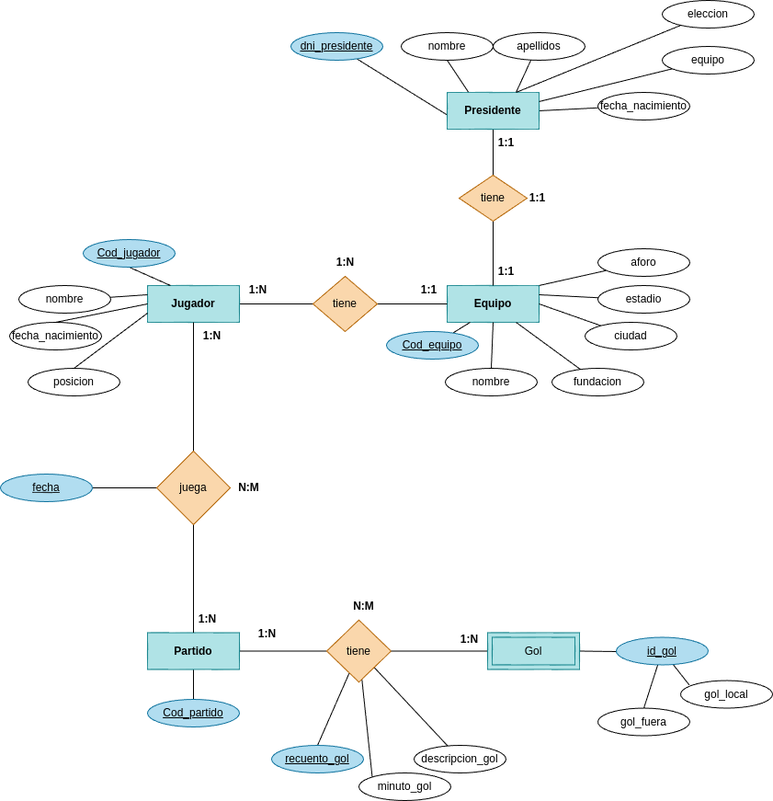
Before: tareas/tarea_5_MR_LigaFutPro/images/tarea-4-ER_LIGAPRO.drawio.png, a diagram exported from draw.io (betancorge/base-datos-2). Source tidied: cells renumbered, new cells last; positions are measured from the earlier drawing's top-left corner, leaving out a move shared by most shapes.
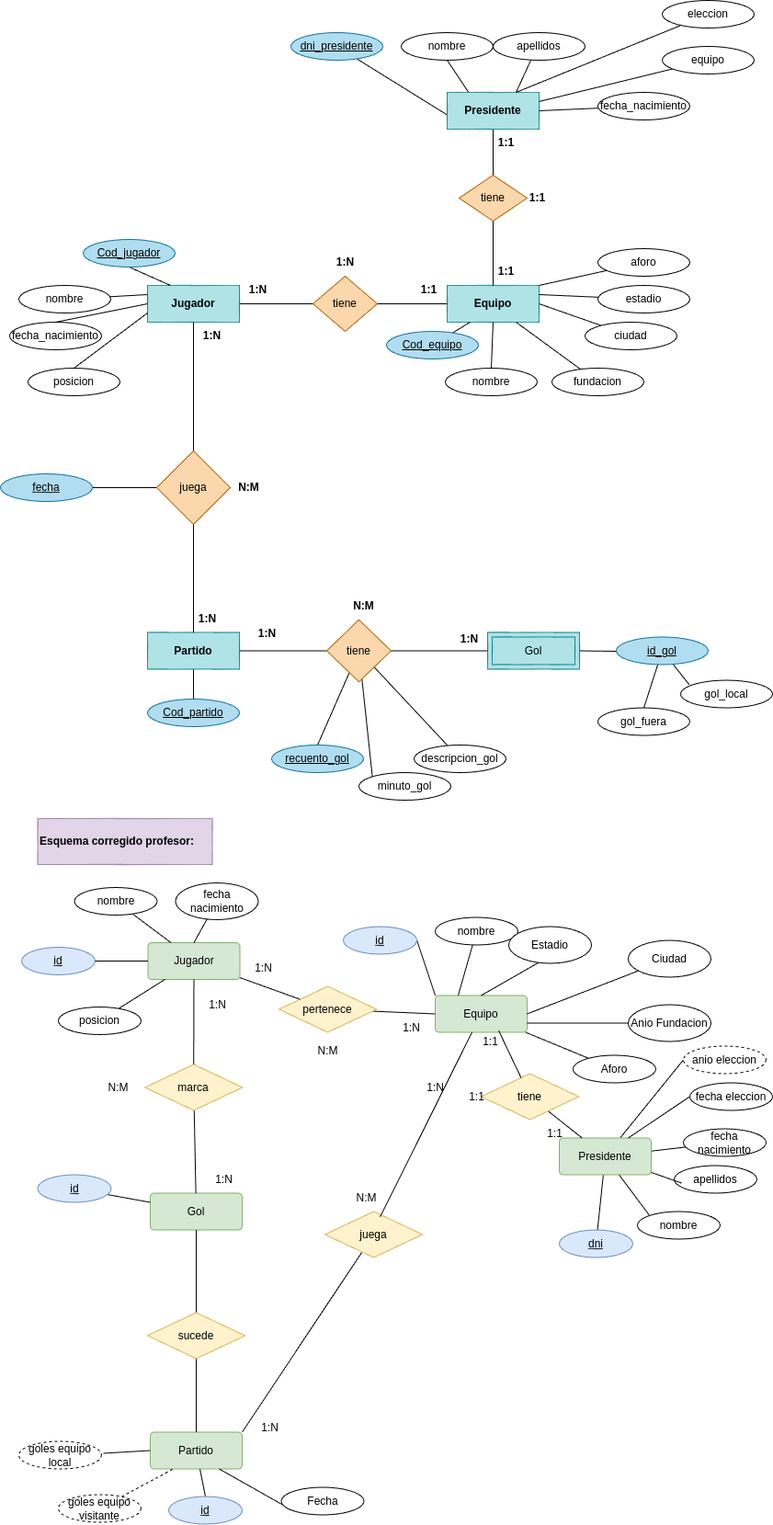
Above is the later version.

Commit message:
Añadiendo correcciones ER de LIGAPRO

Se añade el ER elaborado por el profesor

Change to the diagram source:
```diff
@@ -240,5 +240,235 @@
     <mxCell id="79" value="&lt;font color=&quot;#000000&quot;&gt;gol_fuera&lt;br&gt;&lt;/font&gt;" style="ellipse;whiteSpace=wrap;html=1;align=center;fillColor=none;strokeColor=#000000;" parent="1" vertex="1">
       <mxGeometry x="650" y="769.5" width="100" height="30" as="geometry" />
     </mxCell>
+    <mxCell id="80" value="id" style="ellipse;whiteSpace=wrap;html=1;align=center;fontStyle=4;fillColor=#dae8fc;strokeColor=#6c8ebf;" parent="1" vertex="1">
+      <mxGeometry x="23" y="1030" width="80" height="30" as="geometry" />
+    </mxCell>
+    <mxCell id="81" value="Equipo" style="rounded=1;arcSize=10;whiteSpace=wrap;html=1;align=center;fillColor=#d5e8d4;strokeColor=#82b366;" parent="1" vertex="1">
+      <mxGeometry x="473" y="1082.5" width="100" height="40" as="geometry" />
+    </mxCell>
+    <mxCell id="82" style="edgeStyle=none;html=1;entryX=0;entryY=0;entryDx=0;entryDy=0;endArrow=none;endFill=0;exitX=1;exitY=0.5;exitDx=0;exitDy=0;" parent="1" edge="1" source="88" target="81">
+      <mxGeometry relative="1" as="geometry" />
+    </mxCell>
+    <mxCell id="83" style="edgeStyle=none;html=1;entryX=0.25;entryY=0;entryDx=0;entryDy=0;endArrow=none;endFill=0;" parent="1" edge="1" source="84" target="81">
+      <mxGeometry relative="1" as="geometry" />
+    </mxCell>
+    <mxCell id="84" value="nombre" style="ellipse;whiteSpace=wrap;html=1;align=center;" parent="1" vertex="1">
+      <mxGeometry x="473" y="997.5" width="90" height="30" as="geometry" />
+    </mxCell>
+    <mxCell id="85" style="edgeStyle=none;html=1;entryX=0.5;entryY=0;entryDx=0;entryDy=0;endArrow=none;endFill=0;exitX=0.422;exitY=0.9;exitDx=0;exitDy=0;exitPerimeter=0;" parent="1" edge="1" source="89" target="81">
+      <mxGeometry relative="1" as="geometry" />
+    </mxCell>
+    <mxCell id="86" style="edgeStyle=none;html=1;endArrow=none;endFill=0;" parent="1" edge="1" source="87" target="81">
+      <mxGeometry relative="1" as="geometry" />
+    </mxCell>
+    <mxCell id="87" value="Aforo" style="ellipse;whiteSpace=wrap;html=1;align=center;" parent="1" vertex="1">
+      <mxGeometry x="623" y="1147.5" width="90" height="30" as="geometry" />
+    </mxCell>
+    <mxCell id="88" value="id" style="ellipse;whiteSpace=wrap;html=1;align=center;fontStyle=4;fillColor=#dae8fc;strokeColor=#6c8ebf;" parent="1" vertex="1">
+      <mxGeometry x="373" y="1007.5" width="80" height="30" as="geometry" />
+    </mxCell>
+    <mxCell id="89" value="Estadio" style="ellipse;whiteSpace=wrap;html=1;align=center;" parent="1" vertex="1">
+      <mxGeometry x="553" y="1007.5" width="90" height="40" as="geometry" />
+    </mxCell>
+    <mxCell id="90" style="edgeStyle=none;html=1;entryX=1;entryY=0.5;entryDx=0;entryDy=0;endArrow=none;endFill=0;" parent="1" edge="1" source="91" target="81">
+      <mxGeometry relative="1" as="geometry" />
+    </mxCell>
+    <mxCell id="91" value="Ciudad" style="ellipse;whiteSpace=wrap;html=1;align=center;" parent="1" vertex="1">
+      <mxGeometry x="683" y="1022.5" width="90" height="40" as="geometry" />
+    </mxCell>
+    <mxCell id="92" style="edgeStyle=none;html=1;entryX=1;entryY=0.75;entryDx=0;entryDy=0;endArrow=none;endFill=0;" parent="1" edge="1" source="93" target="81">
+      <mxGeometry relative="1" as="geometry" />
+    </mxCell>
+    <mxCell id="93" value="Anio Fundacion" style="ellipse;whiteSpace=wrap;html=1;align=center;" parent="1" vertex="1">
+      <mxGeometry x="683" y="1092.5" width="90" height="40" as="geometry" />
+    </mxCell>
+    <mxCell id="94" style="edgeStyle=none;html=1;endArrow=none;endFill=0;" parent="1" edge="1" source="98" target="100">
+      <mxGeometry relative="1" as="geometry" />
+    </mxCell>
+    <mxCell id="95" style="edgeStyle=none;html=1;entryX=0;entryY=0.5;entryDx=0;entryDy=0;endArrow=none;endFill=0;" parent="1" edge="1" source="98" target="105">
+      <mxGeometry relative="1" as="geometry" />
+    </mxCell>
+    <mxCell id="96" style="edgeStyle=none;html=1;endArrow=none;endFill=0;" parent="1" edge="1" source="98" target="103">
+      <mxGeometry relative="1" as="geometry" />
+    </mxCell>
+    <mxCell id="97" style="edgeStyle=none;html=1;entryX=0;entryY=0;entryDx=0;entryDy=0;endArrow=none;endFill=0;" parent="1" edge="1" source="98" target="101">
+      <mxGeometry relative="1" as="geometry" />
+    </mxCell>
+    <mxCell id="98" value="Presidente" style="rounded=1;arcSize=10;whiteSpace=wrap;html=1;align=center;fillColor=#d5e8d4;strokeColor=#82b366;" parent="1" vertex="1">
+      <mxGeometry x="608" y="1237.5" width="100" height="40" as="geometry" />
+    </mxCell>
+    <mxCell id="99" style="edgeStyle=none;html=1;entryX=0.75;entryY=0;entryDx=0;entryDy=0;endArrow=none;endFill=0;exitX=0;exitY=0.5;exitDx=0;exitDy=0;" parent="1" edge="1" source="104" target="98">
+      <mxGeometry relative="1" as="geometry" />
+    </mxCell>
+    <mxCell id="100" value="dni" style="ellipse;whiteSpace=wrap;html=1;align=center;fontStyle=4;fillColor=#dae8fc;strokeColor=#6c8ebf;" parent="1" vertex="1">
+      <mxGeometry x="608" y="1337.5" width="80" height="30" as="geometry" />
+    </mxCell>
+    <mxCell id="101" value="nombre" style="ellipse;whiteSpace=wrap;html=1;align=center;" parent="1" vertex="1">
+      <mxGeometry x="693" y="1317.5" width="90" height="30" as="geometry" />
+    </mxCell>
+    <mxCell id="102" value="apellidos" style="ellipse;whiteSpace=wrap;html=1;align=center;" parent="1" vertex="1">
+      <mxGeometry x="733" y="1267.5" width="90" height="30" as="geometry" />
+    </mxCell>
+    <mxCell id="103" value="fecha nacimiento" style="ellipse;whiteSpace=wrap;html=1;align=center;" parent="1" vertex="1">
+      <mxGeometry x="743" y="1227.5" width="90" height="30" as="geometry" />
+    </mxCell>
+    <mxCell id="104" value="fecha eleccion" style="ellipse;whiteSpace=wrap;html=1;align=center;" parent="1" vertex="1">
+      <mxGeometry x="750" y="1177.5" width="90" height="30" as="geometry" />
+    </mxCell>
+    <mxCell id="105" value="anio eleccion" style="ellipse;whiteSpace=wrap;html=1;align=center;dashed=1;" parent="1" vertex="1">
+      <mxGeometry x="743" y="1137.5" width="90" height="30" as="geometry" />
+    </mxCell>
+    <mxCell id="106" style="edgeStyle=none;html=1;entryX=0.089;entryY=0.633;entryDx=0;entryDy=0;entryPerimeter=0;endArrow=none;endFill=0;" parent="1" edge="1" source="98" target="102">
+      <mxGeometry relative="1" as="geometry" />
+    </mxCell>
+    <mxCell id="107" value="Gol" style="rounded=1;arcSize=10;whiteSpace=wrap;html=1;align=center;fillColor=#d5e8d4;strokeColor=#82b366;" parent="1" vertex="1">
+      <mxGeometry x="163" y="1297.5" width="100" height="40" as="geometry" />
+    </mxCell>
+    <mxCell id="108" style="edgeStyle=none;html=1;entryX=0;entryY=0.25;entryDx=0;entryDy=0;endArrow=none;endFill=0;" parent="1" edge="1" source="109" target="107">
+      <mxGeometry relative="1" as="geometry" />
+    </mxCell>
+    <mxCell id="109" value="id" style="ellipse;whiteSpace=wrap;html=1;align=center;fontStyle=4;fillColor=#dae8fc;strokeColor=#6c8ebf;" parent="1" vertex="1">
+      <mxGeometry x="40.5" y="1277.5" width="80" height="30" as="geometry" />
+    </mxCell>
+    <mxCell id="110" style="edgeStyle=none;html=1;entryX=0.5;entryY=0;entryDx=0;entryDy=0;endArrow=none;endFill=0;" parent="1" edge="1" source="111" target="112">
+      <mxGeometry relative="1" as="geometry" />
+    </mxCell>
+    <mxCell id="111" value="Partido" style="rounded=1;arcSize=10;whiteSpace=wrap;html=1;align=center;fillColor=#d5e8d4;strokeColor=#82b366;" parent="1" vertex="1">
+      <mxGeometry x="163" y="1557.5" width="100" height="40" as="geometry" />
+    </mxCell>
+    <mxCell id="112" value="id" style="ellipse;whiteSpace=wrap;html=1;align=center;fontStyle=4;fillColor=#dae8fc;strokeColor=#6c8ebf;" parent="1" vertex="1">
+      <mxGeometry x="183" y="1627.5" width="80" height="30" as="geometry" />
+    </mxCell>
+    <mxCell id="113" style="edgeStyle=none;html=1;entryX=0.75;entryY=1;entryDx=0;entryDy=0;endArrow=none;endFill=0;exitX=0;exitY=1;exitDx=0;exitDy=0;" parent="1" edge="1" source="114" target="111">
+      <mxGeometry relative="1" as="geometry" />
+    </mxCell>
+    <mxCell id="114" value="Fecha" style="ellipse;whiteSpace=wrap;html=1;align=center;" parent="1" vertex="1">
+      <mxGeometry x="305.5" y="1617.5" width="90" height="30" as="geometry" />
+    </mxCell>
+    <mxCell id="115" style="edgeStyle=none;html=1;entryX=0.25;entryY=1;entryDx=0;entryDy=0;dashed=1;endArrow=none;endFill=0;" parent="1" edge="1" source="116" target="111">
+      <mxGeometry relative="1" as="geometry" />
+    </mxCell>
+    <mxCell id="116" value="goles equipo&lt;div&gt;visitante&lt;/div&gt;" style="ellipse;whiteSpace=wrap;html=1;align=center;dashed=1;" parent="1" vertex="1">
+      <mxGeometry x="63" y="1625.5" width="90" height="30" as="geometry" />
+    </mxCell>
+    <mxCell id="117" style="edgeStyle=none;html=1;entryX=0;entryY=0.5;entryDx=0;entryDy=0;endArrow=none;endFill=0;" parent="1" edge="1" target="111">
+      <mxGeometry relative="1" as="geometry">
+        <mxPoint x="112" y="1580.5" as="sourcePoint" />
+      </mxGeometry>
+    </mxCell>
+    <mxCell id="118" style="edgeStyle=none;html=1;entryX=0.5;entryY=1;entryDx=0;entryDy=0;endArrow=none;endFill=0;" parent="1" edge="1" source="120" target="107">
+      <mxGeometry relative="1" as="geometry" />
+    </mxCell>
+    <mxCell id="119" style="edgeStyle=none;html=1;entryX=0.5;entryY=0;entryDx=0;entryDy=0;endArrow=none;endFill=0;" parent="1" edge="1" source="120" target="111">
+      <mxGeometry relative="1" as="geometry" />
+    </mxCell>
+    <mxCell id="120" value="sucede" style="shape=rhombus;perimeter=rhombusPerimeter;whiteSpace=wrap;html=1;align=center;fillColor=#fff2cc;strokeColor=#d6b656;" parent="1" vertex="1">
+      <mxGeometry x="159.9" y="1427.5" width="106.2" height="50" as="geometry" />
+    </mxCell>
+    <mxCell id="121" style="edgeStyle=none;html=1;endArrow=none;endFill=0;" parent="1" edge="1" source="122" target="107">
+      <mxGeometry relative="1" as="geometry" />
+    </mxCell>
+    <mxCell id="122" value="marca" style="shape=rhombus;perimeter=rhombusPerimeter;whiteSpace=wrap;html=1;align=center;fillColor=#fff2cc;strokeColor=#d6b656;" parent="1" vertex="1">
+      <mxGeometry x="157.1" y="1157.5" width="106.2" height="50" as="geometry" />
+    </mxCell>
+    <mxCell id="123" style="group;" parent="1" vertex="1">
+      <mxGeometry x="63" y="960" width="217.5" height="165" as="geometry" />
+    </mxCell>
+    <mxCell id="124" value="Jugador" style="rounded=1;arcSize=10;whiteSpace=wrap;html=1;align=center;fillColor=#d5e8d4;strokeColor=#82b366;" parent="123" vertex="1">
+      <mxGeometry x="97.5" y="65" width="100" height="40" as="geometry" />
+    </mxCell>
+    <mxCell id="125" style="edgeStyle=none;html=1;entryX=0.25;entryY=0;entryDx=0;entryDy=0;endArrow=none;endFill=0;" parent="123" edge="1" source="126" target="124">
+      <mxGeometry relative="1" as="geometry" />
+    </mxCell>
+    <mxCell id="126" value="nombre" style="ellipse;whiteSpace=wrap;html=1;align=center;" parent="123" vertex="1">
+      <mxGeometry x="17.5" y="5" width="90" height="30" as="geometry" />
+    </mxCell>
+    <mxCell id="127" style="edgeStyle=none;html=1;entryX=0.5;entryY=0;entryDx=0;entryDy=0;endArrow=none;endFill=0;" parent="123" edge="1" source="128" target="124">
+      <mxGeometry relative="1" as="geometry" />
+    </mxCell>
+    <mxCell id="128" value="fecha nacimiento" style="ellipse;whiteSpace=wrap;html=1;align=center;" parent="123" vertex="1">
+      <mxGeometry x="127.5" width="90" height="40" as="geometry" />
+    </mxCell>
+    <mxCell id="129" style="edgeStyle=none;html=1;endArrow=none;endFill=0;" parent="123" edge="1" source="130" target="124">
+      <mxGeometry relative="1" as="geometry" />
+    </mxCell>
+    <mxCell id="130" value="posicion" style="ellipse;whiteSpace=wrap;html=1;align=center;" parent="123" vertex="1">
+      <mxGeometry y="135" width="90" height="30" as="geometry" />
+    </mxCell>
+    <mxCell id="131" value="1:N" style="text;html=1;align=center;verticalAlign=middle;strokeColor=none;fillColor=none;" parent="123" vertex="1">
+      <mxGeometry x="152.5" y="117.5" width="40" height="30" as="geometry" />
+    </mxCell>
+    <mxCell id="132" style="edgeStyle=none;html=1;entryX=0;entryY=0.5;entryDx=0;entryDy=0;endArrow=none;endFill=0;" parent="1" edge="1" source="80" target="124">
+      <mxGeometry relative="1" as="geometry" />
+    </mxCell>
+    <mxCell id="133" style="edgeStyle=none;html=1;entryX=0.5;entryY=0;entryDx=0;entryDy=0;endArrow=none;endFill=0;" parent="1" edge="1" source="124" target="122">
+      <mxGeometry relative="1" as="geometry" />
+    </mxCell>
+    <mxCell id="134" value="1:N" style="text;html=1;align=center;verticalAlign=middle;strokeColor=none;fillColor=none;" parent="1" vertex="1">
+      <mxGeometry x="223" y="1267.5" width="40" height="30" as="geometry" />
+    </mxCell>
+    <mxCell id="135" value="N:M" style="text;html=1;align=center;verticalAlign=middle;strokeColor=none;fillColor=none;" parent="1" vertex="1">
+      <mxGeometry x="103" y="1167.5" width="50" height="30" as="geometry" />
+    </mxCell>
+    <mxCell id="136" style="edgeStyle=none;html=1;entryX=0;entryY=0.5;entryDx=0;entryDy=0;endArrow=none;endFill=0;" parent="1" edge="1" source="137" target="81">
+      <mxGeometry relative="1" as="geometry" />
+    </mxCell>
+    <mxCell id="137" value="pertenece" style="shape=rhombus;perimeter=rhombusPerimeter;whiteSpace=wrap;html=1;align=center;fillColor=#fff2cc;strokeColor=#d6b656;" parent="1" vertex="1">
+      <mxGeometry x="303" y="1072.5" width="106.2" height="50" as="geometry" />
+    </mxCell>
+    <mxCell id="138" style="edgeStyle=none;html=1;endArrow=none;endFill=0;" parent="1" edge="1" source="124" target="137">
+      <mxGeometry relative="1" as="geometry" />
+    </mxCell>
+    <mxCell id="139" value="1:N" style="text;html=1;align=center;verticalAlign=middle;strokeColor=none;fillColor=none;" parent="1" vertex="1">
+      <mxGeometry x="266.1" y="1037.5" width="40" height="30" as="geometry" />
+    </mxCell>
+    <mxCell id="140" value="1:N" style="text;html=1;align=center;verticalAlign=middle;strokeColor=none;fillColor=none;" parent="1" vertex="1">
+      <mxGeometry x="427" y="1102.5" width="40" height="30" as="geometry" />
+    </mxCell>
+    <mxCell id="141" value="N:M" style="text;html=1;align=center;verticalAlign=middle;strokeColor=none;fillColor=none;" parent="1" vertex="1">
+      <mxGeometry x="331.1" y="1127.5" width="50" height="30" as="geometry" />
+    </mxCell>
+    <mxCell id="142" style="edgeStyle=none;html=1;endArrow=none;endFill=0;" parent="1" edge="1" source="143" target="98">
+      <mxGeometry relative="1" as="geometry" />
+    </mxCell>
+    <mxCell id="143" value="tiene" style="shape=rhombus;perimeter=rhombusPerimeter;whiteSpace=wrap;html=1;align=center;fillColor=#fff2cc;strokeColor=#d6b656;" parent="1" vertex="1">
+      <mxGeometry x="523" y="1167.5" width="106.2" height="50" as="geometry" />
+    </mxCell>
+    <mxCell id="144" style="edgeStyle=none;html=1;entryX=0.69;entryY=0.95;entryDx=0;entryDy=0;entryPerimeter=0;endArrow=none;endFill=0;" parent="1" edge="1" source="143" target="81">
+      <mxGeometry relative="1" as="geometry" />
+    </mxCell>
+    <mxCell id="145" value="1:1" style="text;html=1;align=center;verticalAlign=middle;strokeColor=none;fillColor=none;" parent="1" vertex="1">
+      <mxGeometry x="513" y="1117.5" width="40" height="30" as="geometry" />
+    </mxCell>
+    <mxCell id="146" value="1:1" style="text;html=1;align=center;verticalAlign=middle;strokeColor=none;fillColor=none;" parent="1" vertex="1">
+      <mxGeometry x="498" y="1177.5" width="40" height="30" as="geometry" />
+    </mxCell>
+    <mxCell id="147" value="1:1" style="text;html=1;align=center;verticalAlign=middle;strokeColor=none;fillColor=none;" parent="1" vertex="1">
+      <mxGeometry x="583" y="1217.5" width="40" height="30" as="geometry" />
+    </mxCell>
+    <mxCell id="148" style="edgeStyle=none;html=1;entryX=1;entryY=0;entryDx=0;entryDy=0;endArrow=none;endFill=0;" parent="1" edge="1" source="149" target="111">
+      <mxGeometry relative="1" as="geometry" />
+    </mxCell>
+    <mxCell id="149" value="juega" style="shape=rhombus;perimeter=rhombusPerimeter;whiteSpace=wrap;html=1;align=center;fillColor=#fff2cc;strokeColor=#d6b656;" parent="1" vertex="1">
+      <mxGeometry x="353" y="1317.5" width="106.2" height="50" as="geometry" />
+    </mxCell>
+    <mxCell id="150" style="edgeStyle=none;html=1;entryX=0.565;entryY=0.12;entryDx=0;entryDy=0;entryPerimeter=0;endArrow=none;endFill=0;" parent="1" edge="1" source="81" target="149">
+      <mxGeometry relative="1" as="geometry" />
+    </mxCell>
+    <mxCell id="151" value="1:N" style="text;html=1;align=center;verticalAlign=middle;strokeColor=none;fillColor=none;" parent="1" vertex="1">
+      <mxGeometry x="453" y="1167.5" width="40" height="30" as="geometry" />
+    </mxCell>
+    <mxCell id="152" value="1:N" style="text;html=1;align=center;verticalAlign=middle;strokeColor=none;fillColor=none;" parent="1" vertex="1">
+      <mxGeometry x="273" y="1537.5" width="40" height="30" as="geometry" />
+    </mxCell>
+    <mxCell id="153" value="N:M" style="text;html=1;align=center;verticalAlign=middle;strokeColor=none;fillColor=none;" parent="1" vertex="1">
+      <mxGeometry x="373" y="1287.5" width="50" height="30" as="geometry" />
+    </mxCell>
+    <mxCell id="154" value="&lt;h1 style=&quot;margin-top: 0px;&quot;&gt;&lt;font style=&quot;font-size: 12px;&quot;&gt;Esquema corregido profesor:&lt;/font&gt;&lt;/h1&gt;" style="text;html=1;whiteSpace=wrap;overflow=hidden;rounded=0;fillColor=#e1d5e7;strokeColor=#9673a6;" parent="1" vertex="1">
+      <mxGeometry x="40.5" y="890" width="190" height="50" as="geometry" />
+    </mxCell>
+    <mxCell id="155" value="goles equipo&lt;div&gt;local&lt;/div&gt;" style="ellipse;whiteSpace=wrap;html=1;align=center;dashed=1;" parent="1" vertex="1">
+      <mxGeometry x="20" y="1567.5" width="90" height="30" as="geometry" />
+    </mxCell>
   </root>
 </mxGraphModel>
```
